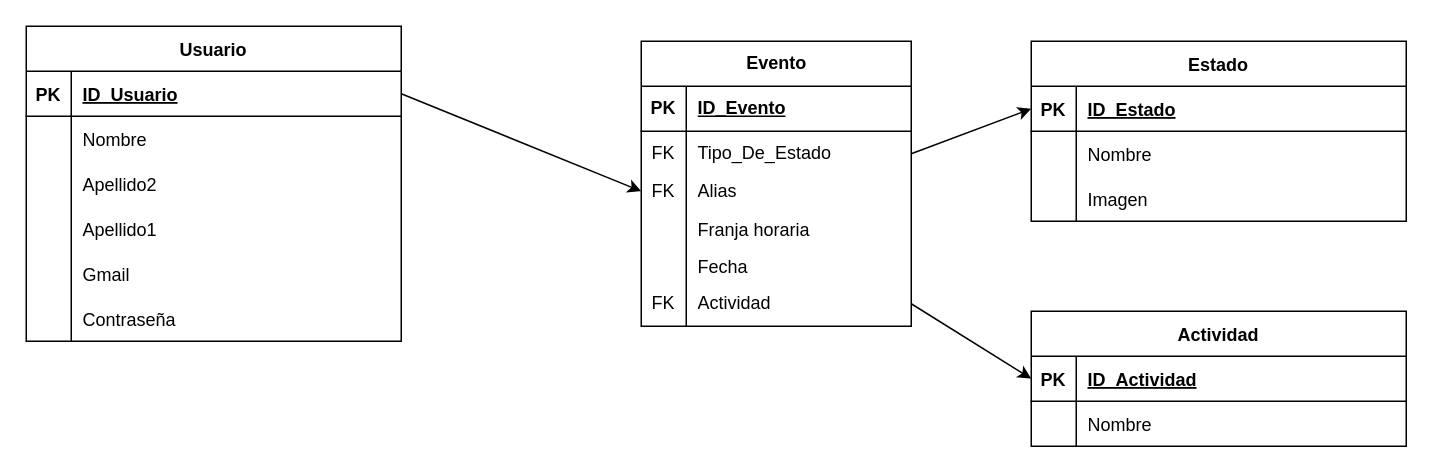
Before: DiagramaRelacional.drawio in dieegomp/TFG_grupal, a draw.io diagram. Source tidied: cells renumbered, new cells numbered last; positions are measured from the earlier drawing's top-left corner, leaving out a move shared by most shapes. Both pictures are drawn from the tidied source at 150%, with x=0, y=0 at pixel (26, 26).
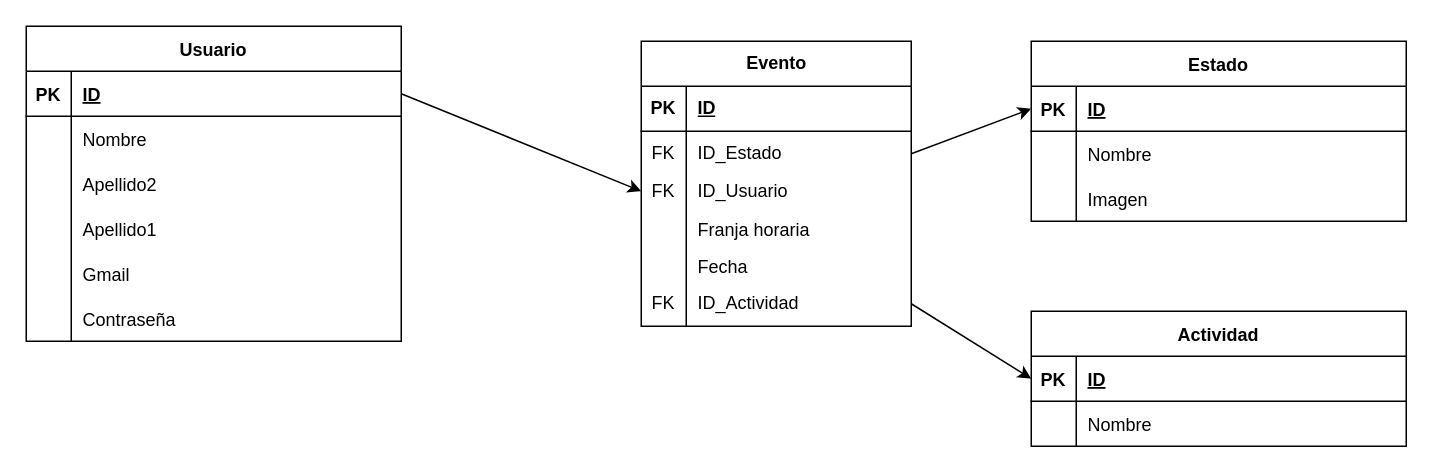
Above is the later version.

Commit message (it also covers changes not shown here):
cambios modelo relacional

The change refers to these unchanged cells:
```xml
<mxCell id="3" style="shape=partialRectangle;fillColor=none;points=[[0,0.5],[1,0.5]];portConstraint=eastwest;top=0;left=0;right=0;bottom=1;" parent="2" vertex="1">
  <mxGeometry y="30" width="250" height="30" as="geometry" />
</mxCell>
<mxCell id="13" style="shape=partialRectangle;fillColor=none;points=[[0,0.5],[1,0.5]];portConstraint=eastwest;top=0;left=0;right=0;bottom=1;" parent="12" vertex="1">
  <mxGeometry y="30" width="250" height="30" as="geometry" />
</mxCell>
<mxCell id="20" style="shape=partialRectangle;fillColor=none;points=[[0,0.5],[1,0.5]];portConstraint=eastwest;top=0;left=0;right=0;bottom=1;" parent="19" vertex="1">
  <mxGeometry y="30" width="250" height="30" as="geometry" />
</mxCell>
<mxCell id="40" style="shape=tableRow;horizontal=0;startSize=0;swimlaneHead=0;swimlaneBody=0;fillColor=none;top=0;left=0;right=0;bottom=1;" parent="39" vertex="1">
  <mxGeometry y="30" width="180" height="30" as="geometry" />
</mxCell>
<mxCell id="43" style="shape=tableRow;horizontal=0;startSize=0;swimlaneHead=0;swimlaneBody=0;fillColor=none;points=[[0,0.5],[1,0.5]];portConstraint=eastwest;top=0;left=0;right=0;bottom=0;" parent="39" vertex="1">
  <mxGeometry y="60" width="180" height="30" as="geometry" />
</mxCell>
<mxCell id="46" style="shape=tableRow;horizontal=0;startSize=0;swimlaneHead=0;swimlaneBody=0;fillColor=none;points=[[0,0.5],[1,0.5]];portConstraint=eastwest;top=0;left=0;right=0;bottom=0;" parent="39" vertex="1">
  <mxGeometry y="90" width="180" height="20" as="geometry" />
</mxCell>
<mxCell id="55" style="shape=tableRow;horizontal=0;startSize=0;swimlaneHead=0;swimlaneBody=0;fillColor=none;points=[[0,0.5],[1,0.5]];portConstraint=eastwest;top=0;left=0;right=0;bottom=0;" parent="39" vertex="1">
  <mxGeometry y="160" width="180" height="30" as="geometry" />
</mxCell>
```

Change to the diagram source:
```diff
@@
-    <mxCell id="5" value="ID_Estado" style="shape=partialRectangle;overflow=hidden;fillColor=none;top=0;left=0;bottom=0;right=0;align=left;spacingLeft=6;fontStyle=5;" parent="3" vertex="1">
+    <mxCell id="5" value="ID" style="shape=partialRectangle;overflow=hidden;fillColor=none;top=0;left=0;bottom=0;right=0;align=left;spacingLeft=6;fontStyle=5;" parent="3" vertex="1">
       <mxGeometry x="30" width="220" height="30" as="geometry" />
     </mxCell>
@@
-    <mxCell id="15" value="ID_Actividad" style="shape=partialRectangle;overflow=hidden;fillColor=none;top=0;left=0;bottom=0;right=0;align=left;spacingLeft=6;fontStyle=5;" parent="13" vertex="1">
+    <mxCell id="15" value="ID" style="shape=partialRectangle;overflow=hidden;fillColor=none;top=0;left=0;bottom=0;right=0;align=left;spacingLeft=6;fontStyle=5;" parent="13" vertex="1">
       <mxGeometry x="30" width="220" height="30" as="geometry" />
     </mxCell>
@@
-    <mxCell id="22" value="ID_Usuario" style="shape=partialRectangle;overflow=hidden;fillColor=none;top=0;left=0;bottom=0;right=0;align=left;spacingLeft=6;fontStyle=5;" parent="20" vertex="1">
+    <mxCell id="22" value="ID" style="shape=partialRectangle;overflow=hidden;fillColor=none;top=0;left=0;bottom=0;right=0;align=left;spacingLeft=6;fontStyle=5;" parent="20" vertex="1">
       <mxGeometry x="30" width="220" height="30" as="geometry" />
     </mxCell>
@@
-    <mxCell id="42" value="ID_Evento" style="shape=partialRectangle;fillColor=none;top=0;left=0;bottom=0;right=0;align=left;spacingLeft=6;fontStyle=5;overflow=hidden;whiteSpace=wrap;html=1;" parent="40" vertex="1">
+    <mxCell id="42" value="ID" style="shape=partialRectangle;fillColor=none;top=0;left=0;bottom=0;right=0;align=left;spacingLeft=6;fontStyle=5;overflow=hidden;whiteSpace=wrap;html=1;" parent="40" vertex="1">
       <mxGeometry x="30" width="150" height="30" as="geometry" />
     </mxCell>
@@
-    <mxCell id="45" value="Tipo_De_Estado" style="shape=partialRectangle;fillColor=none;top=0;left=0;bottom=0;right=0;align=left;spacingLeft=6;overflow=hidden;whiteSpace=wrap;html=1;" parent="43" vertex="1">
+    <mxCell id="45" value="ID_Estado" style="shape=partialRectangle;fillColor=none;top=0;left=0;bottom=0;right=0;align=left;spacingLeft=6;overflow=hidden;whiteSpace=wrap;html=1;" parent="43" vertex="1">
       <mxGeometry x="30" width="150" height="30" as="geometry" />
     </mxCell>
@@
-    <mxCell id="48" value="Alias" style="shape=partialRectangle;fillColor=none;top=0;left=0;bottom=0;right=0;align=left;spacingLeft=6;overflow=hidden;whiteSpace=wrap;html=1;" parent="46" vertex="1">
+    <mxCell id="48" value="ID_Usuario" style="shape=partialRectangle;fillColor=none;top=0;left=0;bottom=0;right=0;align=left;spacingLeft=6;overflow=hidden;whiteSpace=wrap;html=1;" parent="46" vertex="1">
       <mxGeometry x="30" width="150" height="20" as="geometry" />
     </mxCell>
@@
-    <mxCell id="57" value="Actividad" style="shape=partialRectangle;fillColor=none;top=0;left=0;bottom=0;right=0;align=left;spacingLeft=6;overflow=hidden;whiteSpace=wrap;html=1;" parent="55" vertex="1">
+    <mxCell id="57" value="ID_Actividad" style="shape=partialRectangle;fillColor=none;top=0;left=0;bottom=0;right=0;align=left;spacingLeft=6;overflow=hidden;whiteSpace=wrap;html=1;" parent="55" vertex="1">
       <mxGeometry x="30" width="150" height="30" as="geometry" />
     </mxCell>
```
